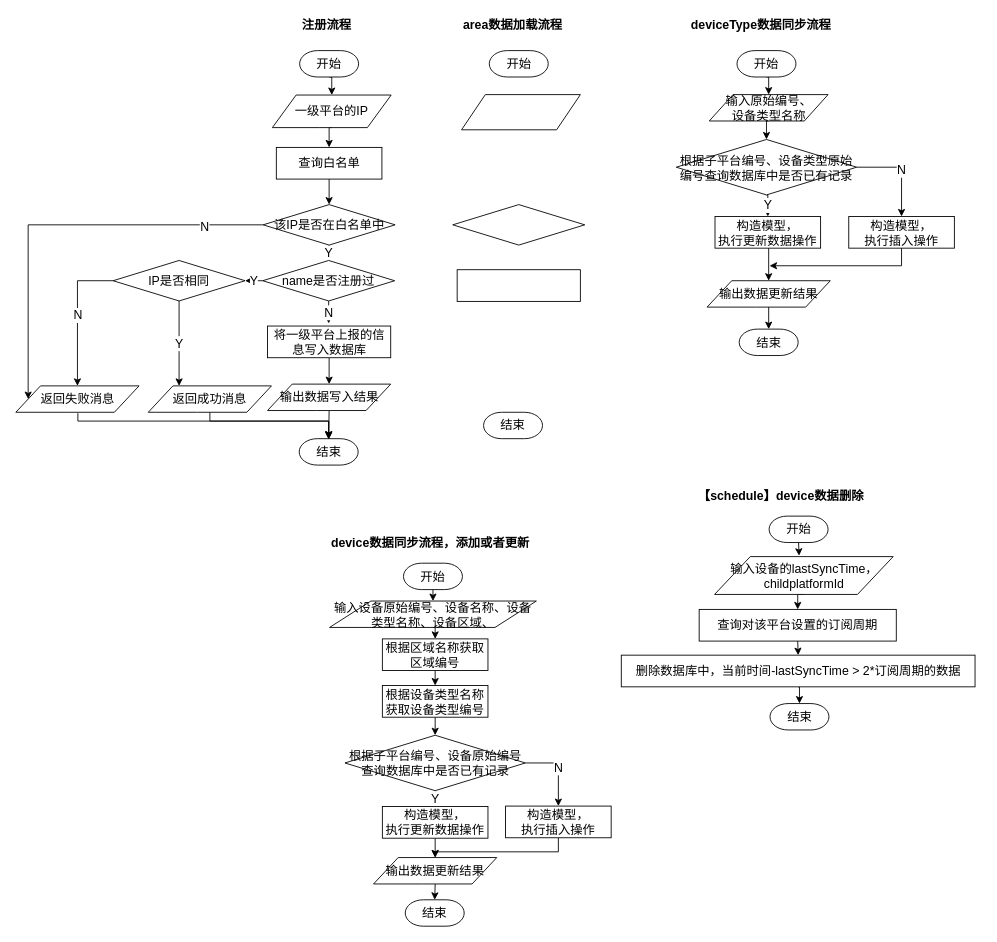
Earlier version of the draw.io diagram IOTManage/flow-access.drawio (waterwatermelon/graph). Source tidied: cells renumbered, new cells numbered last; positions are measured from the earlier drawing's top-left corner, leaving out a move shared by most shapes. Both pictures are drawn from the tidied source at 88%, with x=0, y=0 at pixel (16, 15).
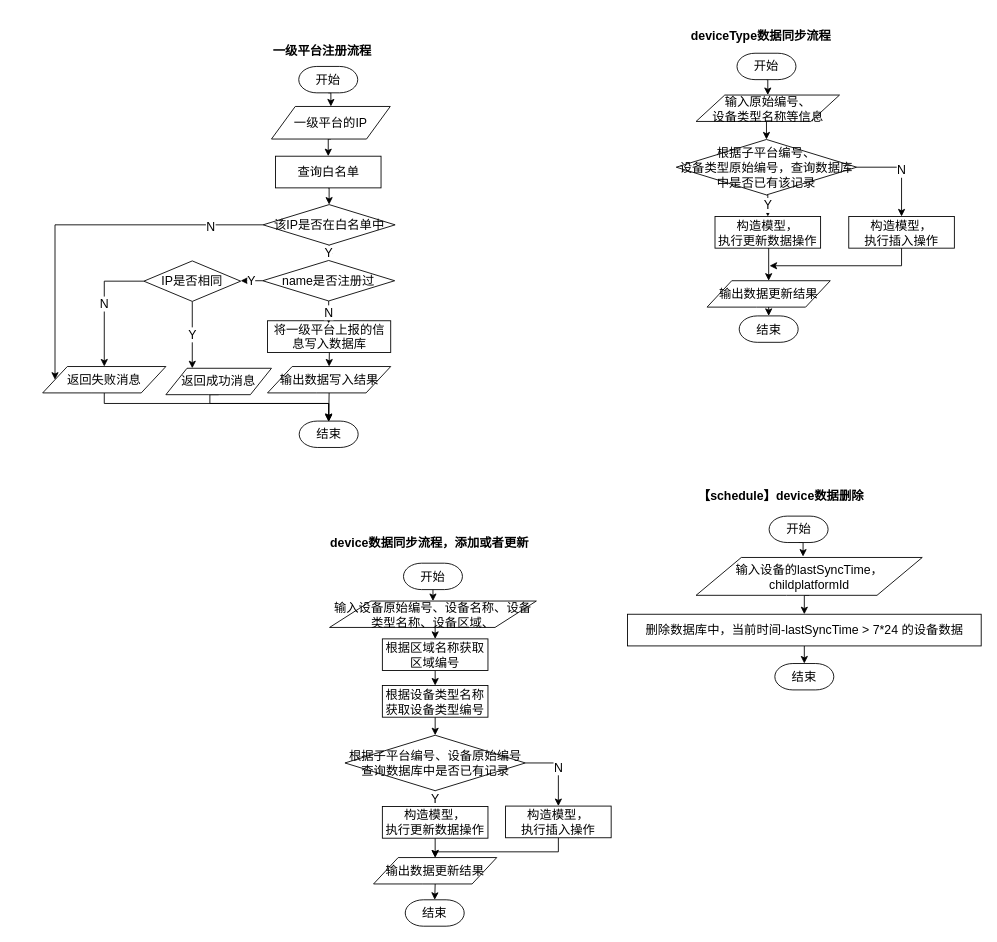
After the change.

Unchanged cells that the change refers to:
```xml
<mxCell id="20" value="输出数据更新结果" style="shape=parallelogram;perimeter=parallelogramPerimeter;whiteSpace=wrap;html=1;rounded=1;comic=0;arcSize=0;fontSize=14;" parent="1" vertex="1">
  <mxGeometry x="785" y="301.5" width="140" height="30" as="geometry" />
</mxCell>
```

Diff of the diagram source:
```diff
@@
-    <mxCell id="2" style="shape=parallelogram;perimeter=parallelogramPerimeter;whiteSpace=wrap;html=1;rounded=1;comic=0;arcSize=0;fontSize=14;" parent="1" vertex="1">
-      <mxGeometry x="506" y="90" width="135" height="40" as="geometry" />
-    </mxCell>
-    <mxCell id="3" style="strokeWidth=1;html=1;shape=mxgraph.flowchart.decision;whiteSpace=wrap;rounded=1;comic=0;fontSize=14;spacing=2;" parent="1" vertex="1">
-      <mxGeometry x="496" y="215" width="150" height="46" as="geometry" />
-    </mxCell>
-    <mxCell id="4" value="开始" style="strokeWidth=1;html=1;shape=mxgraph.flowchart.terminator;whiteSpace=wrap;rounded=1;comic=0;fontSize=14;" parent="1" vertex="1">
-      <mxGeometry x="537.5" y="40" width="67" height="30" as="geometry" />
-    </mxCell>
-    <mxCell id="5" value="结束" style="strokeWidth=1;html=1;shape=mxgraph.flowchart.terminator;whiteSpace=wrap;rounded=1;comic=0;fontSize=14;" parent="1" vertex="1">
-      <mxGeometry x="531" y="451" width="67" height="30" as="geometry" />
-    </mxCell>
-    <mxCell id="6" value="&lt;font style=&quot;font-size: 14px&quot;&gt;area数据加载流程&lt;br style=&quot;font-size: 14px&quot;&gt;&lt;br style=&quot;font-size: 14px&quot;&gt;&lt;/font&gt;" style="text;html=1;align=left;verticalAlign=top;spacingTop=-4;fontSize=14;fontStyle=1;" parent="1" vertex="1">
-      <mxGeometry x="506" width="130" height="40" as="geometry" />
-    </mxCell>
-    <mxCell id="7" value="&lt;span style=&quot;font-size: 14px&quot;&gt;&lt;br style=&quot;font-size: 14px&quot;&gt;&lt;/span&gt;" style="rounded=0;whiteSpace=wrap;html=1;fontSize=14;" parent="1" vertex="1">
-      <mxGeometry x="501" y="289" width="140" height="36" as="geometry" />
-    </mxCell>
@@
-    <mxCell id="9" value="&lt;span style=&quot;font-size: 14px;&quot;&gt;输入原始编号、&lt;br style=&quot;font-size: 14px;&quot;&gt;设备类型名称&lt;/span&gt;" style="shape=parallelogram;perimeter=parallelogramPerimeter;whiteSpace=wrap;html=1;rounded=1;comic=0;arcSize=0;fontSize=14;" parent="1" vertex="1">
-      <mxGeometry x="787.5" y="90" width="135" height="30" as="geometry" />
+    <mxCell id="9" value="&lt;span style=&quot;font-size: 14px&quot;&gt;输入原始编号、&lt;br style=&quot;font-size: 14px&quot;&gt;设备类型名称等信息&lt;/span&gt;" style="shape=parallelogram;perimeter=parallelogramPerimeter;whiteSpace=wrap;html=1;rounded=1;comic=0;arcSize=0;fontSize=14;" parent="1" vertex="1">
+      <mxGeometry x="772.5" y="90.5" width="163" height="30" as="geometry" />
     </mxCell>
@@
-    <mxCell id="12" value="根据子平台编号、设备类型原始编号查询数据库中是否已有记录" style="strokeWidth=1;html=1;shape=mxgraph.flowchart.decision;whiteSpace=wrap;rounded=1;comic=0;fontSize=14;spacing=2;" parent="1" vertex="1">
+    <mxCell id="12" value="根据子平台编号、&lt;br&gt;设备类型原始编号，查询数据库中是否已有该记录" style="strokeWidth=1;html=1;shape=mxgraph.flowchart.decision;whiteSpace=wrap;rounded=1;comic=0;fontSize=14;spacing=2;" parent="1" vertex="1">
       <mxGeometry x="750" y="141" width="205" height="63" as="geometry" />
     </mxCell>
@@
     <mxCell id="14" value="开始" style="strokeWidth=1;html=1;shape=mxgraph.flowchart.terminator;whiteSpace=wrap;rounded=1;comic=0;fontSize=14;" parent="1" vertex="1">
-      <mxGeometry x="819" y="40" width="67" height="30" as="geometry" />
+      <mxGeometry x="819" y="43" width="67" height="30" as="geometry" />
     </mxCell>
     <mxCell id="15" value="结束" style="strokeWidth=1;html=1;shape=mxgraph.flowchart.terminator;whiteSpace=wrap;rounded=1;comic=0;fontSize=14;" parent="1" vertex="1">
-      <mxGeometry x="821.5" y="356.5" width="67" height="30" as="geometry" />
+      <mxGeometry x="821.5" y="341.5" width="67" height="30" as="geometry" />
     </mxCell>
     <mxCell id="16" value="&lt;font style=&quot;font-size: 14px;&quot;&gt;deviceType数据同步流程&lt;/font&gt;" style="text;html=1;align=left;verticalAlign=top;spacingTop=-4;fontSize=14;fontStyle=1;" parent="1" vertex="1">
-      <mxGeometry x="765" width="190" height="20" as="geometry" />
+      <mxGeometry x="765" y="13" width="190" height="20" as="geometry" />
     </mxCell>
@@
-    <mxCell id="19" style="edgeStyle=orthogonalEdgeStyle;rounded=0;jettySize=auto;html=1;exitX=0.5;exitY=1;exitDx=0;exitDy=0;entryX=0.5;entryY=0;entryDx=0;entryDy=0;entryPerimeter=0;fontSize=14;" parent="1" edge="1" source="20" target="15">
-      <mxGeometry relative="1" as="geometry" />
+    <mxCell id="19" style="edgeStyle=orthogonalEdgeStyle;rounded=0;jettySize=auto;html=1;exitX=0.5;exitY=1;exitDx=0;exitDy=0;entryX=0.5;entryY=0;entryDx=0;entryDy=0;entryPerimeter=0;fontSize=14;" parent="1" edge="1" target="15">
+      <mxGeometry relative="1" as="geometry">
+        <mxPoint x="855" y="317" as="sourcePoint" />
+      </mxGeometry>
     </mxCell>
@@
     <mxCell id="31" value="&lt;font style=&quot;font-size: 14px&quot;&gt;device数据同步流程，添加或者更新&amp;nbsp;&lt;/font&gt;" style="text;html=1;align=left;verticalAlign=top;spacingTop=-4;fontSize=14;fontStyle=1;" parent="1" vertex="1">
-      <mxGeometry x="355.5" y="589" width="240" height="20" as="geometry" />
+      <mxGeometry x="355" y="589" width="240" height="20" as="geometry" />
     </mxCell>
@@
     <mxCell id="43" value="结束" style="strokeWidth=1;html=1;shape=mxgraph.flowchart.terminator;whiteSpace=wrap;rounded=1;comic=0;fontSize=14;" parent="1" vertex="1">
-      <mxGeometry x="856.5" y="782" width="67" height="30" as="geometry" />
+      <mxGeometry x="862" y="736.5" width="67" height="30" as="geometry" />
     </mxCell>
@@
-    <mxCell id="46" style="edgeStyle=orthogonalEdgeStyle;rounded=0;jettySize=auto;html=1;exitX=0.5;exitY=1;exitDx=0;exitDy=0;entryX=0.5;entryY=0;entryDx=0;entryDy=0;fontSize=14;" parent="1" edge="1" source="47" target="49">
+    <mxCell id="46" style="edgeStyle=orthogonalEdgeStyle;rounded=0;jettySize=auto;html=1;exitX=0.5;exitY=1;exitDx=0;exitDy=0;entryX=0.5;entryY=0;entryDx=0;entryDy=0;fontSize=14;" parent="1" edge="1" source="47" target="51">
       <mxGeometry relative="1" as="geometry" />
     </mxCell>
     <mxCell id="47" value="输入设备的lastSyncTime，childplatformId" style="shape=parallelogram;perimeter=parallelogramPerimeter;whiteSpace=wrap;html=1;rounded=1;comic=0;arcSize=0;fontSize=14;" parent="1" vertex="1">
-      <mxGeometry x="793.5" y="615" width="203" height="43" as="geometry" />
+      <mxGeometry x="772.5" y="616" width="257" height="43" as="geometry" />
     </mxCell>
-    <mxCell id="48" style="edgeStyle=orthogonalEdgeStyle;rounded=0;jettySize=auto;html=1;exitX=0.5;exitY=1;exitDx=0;exitDy=0;entryX=0.5;entryY=0;entryDx=0;entryDy=0;fontSize=14;" parent="1" edge="1" source="49" target="51">
-      <mxGeometry relative="1" as="geometry" />
-    </mxCell>
-    <mxCell id="49" value="&lt;span style=&quot;font-size: 14px&quot;&gt;查询对该平台设置的订阅周期&lt;br style=&quot;font-size: 14px&quot;&gt;&lt;/span&gt;" style="rounded=0;whiteSpace=wrap;html=1;fontSize=14;" parent="1" vertex="1">
-      <mxGeometry x="776" y="675" width="224" height="36" as="geometry" />
-    </mxCell>
-    <mxCell id="50" style="edgeStyle=orthogonalEdgeStyle;rounded=0;jettySize=auto;html=1;exitX=0.5;exitY=1;exitDx=0;exitDy=0;entryX=0.5;entryY=0;entryDx=0;entryDy=0;entryPerimeter=0;fontSize=14;" parent="1" edge="1" source="51" target="43">
+    <mxCell id="50" style="edgeStyle=orthogonalEdgeStyle;rounded=0;jettySize=auto;html=1;exitX=0.5;exitY=1;exitDx=0;exitDy=0;entryX=0.5;entryY=0;entryDx=0;entryDy=0;entryPerimeter=0;" parent="1" edge="1" source="51" target="43">
       <mxGeometry relative="1" as="geometry" />
     </mxCell>
-    <mxCell id="51" value="&lt;span style=&quot;font-size: 14px&quot;&gt;删除数据库中，当前时间-lastSyncTime &amp;gt; 2*订阅周期的数据&lt;br style=&quot;font-size: 14px&quot;&gt;&lt;/span&gt;" style="rounded=0;whiteSpace=wrap;html=1;fontSize=14;" parent="1" vertex="1">
-      <mxGeometry x="687.5" y="727" width="402" height="36" as="geometry" />
+    <mxCell id="51" value="&lt;span style=&quot;font-size: 14px&quot;&gt;删除数据库中，当前时间-lastSyncTime &amp;gt; 7*24 的设备数据&lt;br style=&quot;font-size: 14px&quot;&gt;&lt;/span&gt;" style="rounded=0;whiteSpace=wrap;html=1;fontSize=14;" parent="1" vertex="1">
+      <mxGeometry x="694.5" y="680.5" width="402" height="36" as="geometry" />
     </mxCell>
@@
     <mxCell id="53" value="一级平台的IP" style="shape=parallelogram;perimeter=parallelogramPerimeter;whiteSpace=wrap;html=1;rounded=1;comic=0;arcSize=0;fontSize=14;" parent="1" vertex="1">
-      <mxGeometry x="291" y="90.5" width="135" height="37" as="geometry" />
+      <mxGeometry x="290" y="103.5" width="135" height="37" as="geometry" />
     </mxCell>
@@
     <mxCell id="59" value="开始" style="strokeWidth=1;html=1;shape=mxgraph.flowchart.terminator;whiteSpace=wrap;rounded=1;comic=0;fontSize=14;" parent="1" vertex="1">
-      <mxGeometry x="322" y="40" width="67" height="30" as="geometry" />
+      <mxGeometry x="321" y="58" width="67" height="30" as="geometry" />
     </mxCell>
     <mxCell id="60" value="结束" style="strokeWidth=1;html=1;shape=mxgraph.flowchart.terminator;whiteSpace=wrap;rounded=1;comic=0;fontSize=14;" parent="1" vertex="1">
-      <mxGeometry x="321.5" y="481" width="67" height="30" as="geometry" />
+      <mxGeometry x="321.5" y="461" width="67" height="30" as="geometry" />
     </mxCell>
-    <mxCell id="61" value="&lt;font style=&quot;font-size: 14px&quot;&gt;注册流程&lt;br style=&quot;font-size: 14px&quot;&gt;&lt;/font&gt;" style="text;html=1;align=left;verticalAlign=top;spacingTop=-4;fontSize=14;fontStyle=1;" parent="1" vertex="1">
-      <mxGeometry x="323" width="70" height="20" as="geometry" />
+    <mxCell id="61" value="&lt;font style=&quot;font-size: 14px&quot;&gt;一级平台注册流程&lt;br style=&quot;font-size: 14px&quot;&gt;&lt;/font&gt;" style="text;html=1;align=left;verticalAlign=top;spacingTop=-4;fontSize=14;fontStyle=1;" parent="1" vertex="1">
+      <mxGeometry x="289.5" y="30" width="130" height="20" as="geometry" />
     </mxCell>
@@
     <mxCell id="63" value="&lt;font style=&quot;font-size: 14px&quot;&gt;查询白名单&lt;br style=&quot;font-size: 14px&quot;&gt;&lt;/font&gt;" style="rounded=0;whiteSpace=wrap;html=1;fontSize=14;" parent="1" vertex="1">
-      <mxGeometry x="295.5" y="150" width="120" height="36" as="geometry" />
+      <mxGeometry x="294.5" y="160" width="120" height="36" as="geometry" />
     </mxCell>
-    <mxCell id="64" style="edgeStyle=orthogonalEdgeStyle;rounded=0;jettySize=auto;html=1;exitX=0.5;exitY=1;exitDx=0;exitDy=0;entryX=0.5;entryY=0;entryDx=0;entryDy=0;fontSize=14;" parent="1" edge="1" source="65" target="67">
-      <mxGeometry relative="1" as="geometry" />
+    <mxCell id="64" style="edgeStyle=orthogonalEdgeStyle;rounded=0;jettySize=auto;html=1;exitX=0.5;exitY=1;exitDx=0;exitDy=0;entryX=0.5;entryY=0;entryDx=0;entryDy=0;fontSize=14;" parent="1" edge="1" target="67">
+      <mxGeometry relative="1" as="geometry">
+        <mxPoint x="356" y="369" as="sourcePoint" />
+      </mxGeometry>
     </mxCell>
     <mxCell id="65" value="&lt;span style=&quot;font-size: 14px&quot;&gt;将一级平台上报的信息写入数据库&lt;br style=&quot;font-size: 14px&quot;&gt;&lt;/span&gt;" style="rounded=0;whiteSpace=wrap;html=1;fontSize=14;" parent="1" vertex="1">
-      <mxGeometry x="285.5" y="353" width="140" height="36" as="geometry" />
+      <mxGeometry x="285.5" y="347" width="140" height="36" as="geometry" />
     </mxCell>
@@
     <mxCell id="67" value="输出数据写入结果" style="shape=parallelogram;perimeter=parallelogramPerimeter;whiteSpace=wrap;html=1;rounded=1;comic=0;arcSize=0;fontSize=14;" parent="1" vertex="1">
-      <mxGeometry x="285.5" y="419" width="140" height="30" as="geometry" />
+      <mxGeometry x="285.5" y="399" width="140" height="30" as="geometry" />
     </mxCell>
@@
     <mxCell id="73" value="IP是否相同" style="strokeWidth=1;html=1;shape=mxgraph.flowchart.decision;whiteSpace=wrap;rounded=1;comic=0;fontSize=14;spacing=2;" parent="1" vertex="1">
-      <mxGeometry x="110" y="278.5" width="150" height="46" as="geometry" />
+      <mxGeometry x="145" y="279" width="110" height="46" as="geometry" />
     </mxCell>
-    <mxCell id="74" style="edgeStyle=orthogonalEdgeStyle;rounded=0;orthogonalLoop=1;jettySize=auto;html=1;exitX=0.5;exitY=1;exitDx=0;exitDy=0;entryX=0.5;entryY=0;entryDx=0;entryDy=0;entryPerimeter=0;fontSize=14;" parent="1" edge="1">
+    <mxCell id="74" style="edgeStyle=orthogonalEdgeStyle;rounded=0;jettySize=auto;html=1;exitX=0.5;exitY=1;exitDx=0;exitDy=0;entryX=0.5;entryY=0;entryDx=0;entryDy=0;entryPerimeter=0;fontSize=14;" parent="1" edge="1" source="75">
       <mxGeometry relative="1" as="geometry">
-        <mxPoint x="70" y="452" as="sourcePoint" />
-        <mxPoint x="355" y="482" as="targetPoint" />
+        <mxPoint x="355" y="462" as="targetPoint" />
         <Array as="points">
-          <mxPoint x="70" y="461" />
-          <mxPoint x="355" y="461" />
+          <mxPoint x="100" y="441" />
+          <mxPoint x="355" y="441" />
         </Array>
       </mxGeometry>
     </mxCell>
     <mxCell id="75" value="返回失败消息" style="shape=parallelogram;perimeter=parallelogramPerimeter;whiteSpace=wrap;html=1;rounded=1;comic=0;arcSize=0;fontSize=14;" parent="1" vertex="1">
-      <mxGeometry x="-0.5" y="421" width="140" height="30" as="geometry" />
+      <mxGeometry x="30" y="399" width="140" height="30" as="geometry" />
     </mxCell>
     <mxCell id="76" style="edgeStyle=orthogonalEdgeStyle;rounded=0;jettySize=auto;html=1;exitX=0.5;exitY=1;exitDx=0;exitDy=0;entryX=0.5;entryY=0;entryDx=0;entryDy=0;entryPerimeter=0;fontSize=14;" parent="1" edge="1" source="77" target="60">
       <mxGeometry relative="1" as="geometry">
         <Array as="points">
-          <mxPoint x="220" y="461" />
-          <mxPoint x="355" y="461" />
+          <mxPoint x="220" y="441" />
+          <mxPoint x="355" y="441" />
         </Array>
       </mxGeometry>
     </mxCell>
     <mxCell id="77" value="返回成功消息" style="shape=parallelogram;perimeter=parallelogramPerimeter;whiteSpace=wrap;html=1;rounded=1;comic=0;arcSize=0;fontSize=14;" parent="1" vertex="1">
-      <mxGeometry x="150" y="421" width="140" height="30" as="geometry" />
+      <mxGeometry x="170" y="401" width="120" height="30" as="geometry" />
     </mxCell>
```
